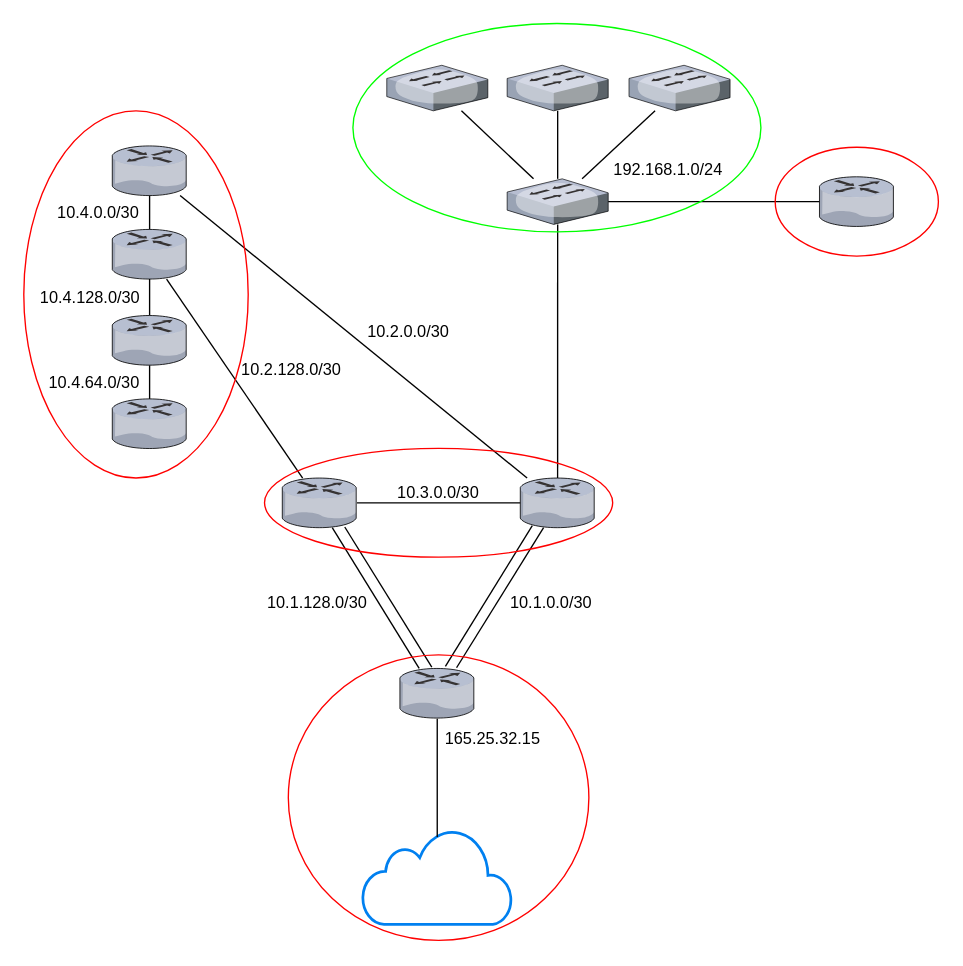
Earlier version of the draw.io diagram img/sketch.drawio (pieter2501/NetworkNarcotic). Source tidied: cells renumbered, new cells numbered last; positions are measured from the earlier drawing's top-left corner, leaving out a move shared by most shapes. Both pictures are drawn from the tidied source at 136%, with x=0, y=0 at pixel (23, 23).
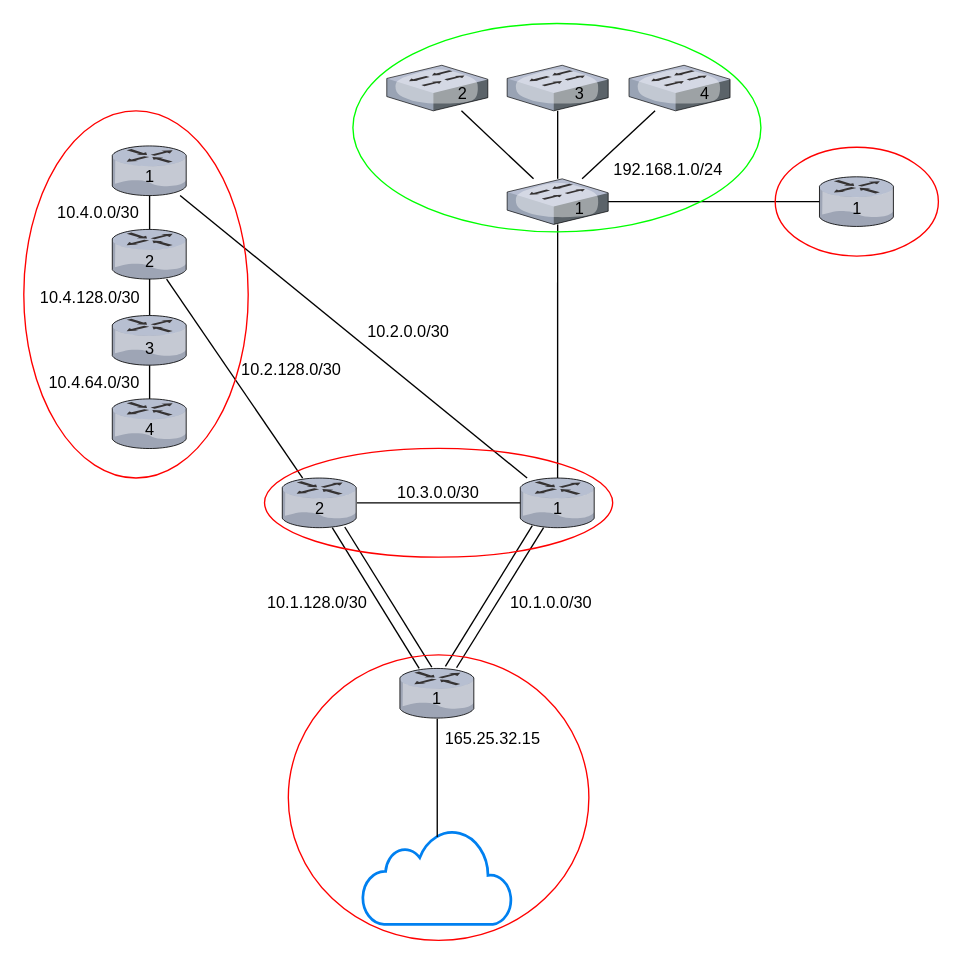
After the change.

The edit, as a diff of the source:
```diff
@@
+    <mxCell id="45" value="1" style="text;html=1;strokeColor=none;fillColor=none;align=center;verticalAlign=middle;whiteSpace=wrap;rounded=0;" parent="1" vertex="1">
+      <mxGeometry x="62.5" y="98.2" width="60" height="30" as="geometry" />
+    </mxCell>
+    <mxCell id="46" value="2" style="text;html=1;strokeColor=none;fillColor=none;align=center;verticalAlign=middle;whiteSpace=wrap;rounded=0;" parent="1" vertex="1">
+      <mxGeometry x="62.5" y="159.8" width="60" height="30" as="geometry" />
+    </mxCell>
+    <mxCell id="47" value="3" style="text;html=1;strokeColor=none;fillColor=none;align=center;verticalAlign=middle;whiteSpace=wrap;rounded=0;" parent="1" vertex="1">
+      <mxGeometry x="62.5" y="224" width="60" height="30" as="geometry" />
+    </mxCell>
+    <mxCell id="48" value="4" style="text;html=1;strokeColor=none;fillColor=none;align=center;verticalAlign=middle;whiteSpace=wrap;rounded=0;" parent="1" vertex="1">
+      <mxGeometry x="62.5" y="284.2" width="60" height="30" as="geometry" />
+    </mxCell>
+    <mxCell id="49" value="1" style="text;html=1;strokeColor=none;fillColor=none;align=center;verticalAlign=middle;whiteSpace=wrap;rounded=0;" parent="1" vertex="1">
+      <mxGeometry x="362.5" y="341.5" width="60" height="30" as="geometry" />
+    </mxCell>
+    <mxCell id="50" value="2" style="text;html=1;strokeColor=none;fillColor=none;align=center;verticalAlign=middle;whiteSpace=wrap;rounded=0;" parent="1" vertex="1">
+      <mxGeometry x="187.5" y="341.5" width="60" height="30" as="geometry" />
+    </mxCell>
+    <mxCell id="51" value="1" style="text;html=1;strokeColor=none;fillColor=none;align=center;verticalAlign=middle;whiteSpace=wrap;rounded=0;" parent="1" vertex="1">
+      <mxGeometry x="582.5" y="121.2" width="60" height="30" as="geometry" />
+    </mxCell>
+    <mxCell id="52" value="1" style="text;html=1;strokeColor=none;fillColor=none;align=center;verticalAlign=middle;whiteSpace=wrap;rounded=0;" parent="1" vertex="1">
+      <mxGeometry x="274" y="481.5" width="60" height="30" as="geometry" />
+    </mxCell>
+    <mxCell id="53" value="1" style="text;html=1;strokeColor=none;fillColor=none;align=center;verticalAlign=middle;whiteSpace=wrap;rounded=0;" parent="1" vertex="1">
+      <mxGeometry x="379" y="121.2" width="60" height="30" as="geometry" />
+    </mxCell>
+    <mxCell id="54" value="2" style="text;html=1;strokeColor=none;fillColor=none;align=center;verticalAlign=middle;whiteSpace=wrap;rounded=0;" parent="1" vertex="1">
+      <mxGeometry x="293.4" y="37" width="60" height="30" as="geometry" />
+    </mxCell>
+    <mxCell id="55" value="3" style="text;html=1;strokeColor=none;fillColor=none;align=center;verticalAlign=middle;whiteSpace=wrap;rounded=0;" parent="1" vertex="1">
+      <mxGeometry x="379" y="37" width="60" height="30" as="geometry" />
+    </mxCell>
+    <mxCell id="56" value="4" style="text;html=1;strokeColor=none;fillColor=none;align=center;verticalAlign=middle;whiteSpace=wrap;rounded=0;" parent="1" vertex="1">
+      <mxGeometry x="471" y="37" width="60" height="30" as="geometry" />
+    </mxCell>
```
